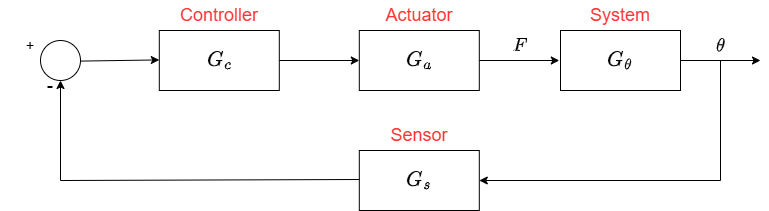
Above: Theta_CL_BlockDiagram.png in ollie3951/ELE2038-Control-Lab (draw.io), before the change. Source tidied: cells renumbered, new cells last; positions are measured from the earlier drawing's top-left corner, leaving out a move shared by most shapes. The source it was exported from:
```xml
<mxGraphModel math="1">
  <root>
    <mxCell id="0" />
    <mxCell id="1" parent="0" />
    <mxCell id="2" style="rounded=0;whiteSpace=wrap;html=1;" parent="1" vertex="1">
      <mxGeometry x="158.8" y="30" width="120" height="60" as="geometry" />
    </mxCell>
    <mxCell id="3" value="$$G_c$$" style="text;html=1;align=center;verticalAlign=middle;whiteSpace=wrap;rounded=0;fontSize=18;" parent="1" vertex="1">
      <mxGeometry x="188.8" y="45" width="60" height="30" as="geometry" />
    </mxCell>
    <mxCell id="4" style="endArrow=classic;html=1;rounded=0;entryX=-0.01;entryY=0.647;entryDx=0;entryDy=0;entryPerimeter=0;" parent="1" edge="1">
      <mxGeometry relative="1" as="geometry">
        <mxPoint x="80" y="60.6" as="sourcePoint" />
        <mxPoint x="158.8" y="59.4" as="targetPoint" />
      </mxGeometry>
    </mxCell>
    <mxCell id="5" style="endArrow=classic;html=1;rounded=0;" parent="1" edge="1">
      <mxGeometry relative="1" as="geometry">
        <mxPoint x="278.8" y="60" as="sourcePoint" />
        <mxPoint x="358.8" y="60" as="targetPoint" />
      </mxGeometry>
    </mxCell>
    <mxCell id="6" value="Controller" style="text;html=1;align=center;verticalAlign=middle;whiteSpace=wrap;rounded=0;fontSize=18;fontColor=#FF3333;" parent="1" vertex="1">
      <mxGeometry x="188.8" width="60" height="30" as="geometry" />
    </mxCell>
    <mxCell id="7" value="$$F$$" style="text;html=1;align=center;verticalAlign=middle;whiteSpace=wrap;rounded=0;fontSize=16;" parent="1" vertex="1">
      <mxGeometry x="490" y="30" width="60" height="30" as="geometry" />
    </mxCell>
    <mxCell id="8" style="rounded=0;whiteSpace=wrap;html=1;" parent="1" vertex="1">
      <mxGeometry x="358.8" y="30" width="120" height="60" as="geometry" />
    </mxCell>
    <mxCell id="9" style="endArrow=classic;html=1;rounded=0;" parent="1" edge="1">
      <mxGeometry relative="1" as="geometry">
        <mxPoint x="478.8" y="60" as="sourcePoint" />
        <mxPoint x="558.8" y="60" as="targetPoint" />
      </mxGeometry>
    </mxCell>
    <mxCell id="10" value="$$G_a$$" style="text;html=1;align=center;verticalAlign=middle;whiteSpace=wrap;rounded=0;fontSize=18;" parent="1" vertex="1">
      <mxGeometry x="388.8" y="45" width="60" height="30" as="geometry" />
    </mxCell>
    <mxCell id="11" value="Actuator" style="text;html=1;align=center;verticalAlign=middle;whiteSpace=wrap;rounded=0;fontSize=18;fontColor=#FF3333;" parent="1" vertex="1">
      <mxGeometry x="388.8" width="60" height="30" as="geometry" />
    </mxCell>
    <mxCell id="12" style="rounded=0;whiteSpace=wrap;html=1;" parent="1" vertex="1">
      <mxGeometry x="560" y="30" width="120" height="60" as="geometry" />
    </mxCell>
    <mxCell id="13" value="$$G_\theta$$" style="text;html=1;align=center;verticalAlign=middle;whiteSpace=wrap;rounded=0;fontSize=18;" parent="1" vertex="1">
      <mxGeometry x="590" y="45" width="60" height="30" as="geometry" />
    </mxCell>
    <mxCell id="14" style="endArrow=classic;html=1;rounded=0;" parent="1" edge="1">
      <mxGeometry relative="1" as="geometry">
        <mxPoint x="680" y="60" as="sourcePoint" />
        <mxPoint x="760" y="60" as="targetPoint" />
      </mxGeometry>
    </mxCell>
    <mxCell id="15" value="$$\theta$$" style="text;html=1;align=center;verticalAlign=middle;whiteSpace=wrap;rounded=0;fontSize=16;" parent="1" vertex="1">
      <mxGeometry x="690" y="30" width="60" height="30" as="geometry" />
    </mxCell>
    <mxCell id="16" value="System" style="text;html=1;align=center;verticalAlign=middle;whiteSpace=wrap;rounded=0;fontSize=18;fontColor=#FF3333;" parent="1" vertex="1">
      <mxGeometry x="590" width="60" height="30" as="geometry" />
    </mxCell>
    <mxCell id="17" style="ellipse;whiteSpace=wrap;html=1;" parent="1" vertex="1">
      <mxGeometry x="40" y="40" width="40" height="40" as="geometry" />
    </mxCell>
    <mxCell id="18" value="+" style="text;html=1;align=center;verticalAlign=middle;whiteSpace=wrap;rounded=0;fontSize=14;" parent="1" vertex="1">
      <mxGeometry y="30" width="60" height="30" as="geometry" />
    </mxCell>
    <mxCell id="19" value="-" style="text;html=1;align=center;verticalAlign=middle;whiteSpace=wrap;rounded=0;fontSize=18;" parent="1" vertex="1">
      <mxGeometry x="20" y="70" width="60" height="30" as="geometry" />
    </mxCell>
    <mxCell id="20" style="rounded=0;whiteSpace=wrap;html=1;" parent="1" vertex="1">
      <mxGeometry x="358.8" y="150" width="120" height="60" as="geometry" />
    </mxCell>
    <mxCell id="21" value="$$G_s$$" style="text;html=1;align=center;verticalAlign=middle;whiteSpace=wrap;rounded=0;fontSize=18;" parent="1" vertex="1">
      <mxGeometry x="388.8" y="165" width="60" height="30" as="geometry" />
    </mxCell>
    <mxCell id="22" value="Sensor" style="text;html=1;align=center;verticalAlign=middle;whiteSpace=wrap;rounded=0;fontSize=18;fontColor=#FF3333;" parent="1" vertex="1">
      <mxGeometry x="388.8" y="120" width="60" height="30" as="geometry" />
    </mxCell>
    <mxCell id="23" style="endArrow=classic;html=1;rounded=0;exitX=0.5;exitY=1;exitDx=0;exitDy=0;entryX=1;entryY=0.5;entryDx=0;entryDy=0;" parent="1" edge="1" source="15" target="20">
      <mxGeometry relative="1" as="geometry">
        <Array as="points">
          <mxPoint x="720" y="180" />
        </Array>
      </mxGeometry>
    </mxCell>
    <mxCell id="24" style="endArrow=classic;html=1;rounded=0;entryX=0.5;entryY=1;entryDx=0;entryDy=0;" parent="1" edge="1" target="17">
      <mxGeometry relative="1" as="geometry">
        <mxPoint x="358.8" y="179" as="sourcePoint" />
        <Array as="points">
          <mxPoint x="60" y="180" />
        </Array>
      </mxGeometry>
    </mxCell>
  </root>
</mxGraphModel>
```
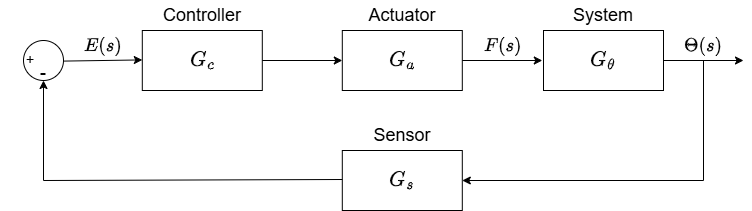
After the commit.

Change to the diagram source:
```diff
@@ -20,10 +20,10 @@
         <mxPoint x="358.8" y="60" as="targetPoint" />
       </mxGeometry>
     </mxCell>
-    <mxCell id="6" value="Controller" style="text;html=1;align=center;verticalAlign=middle;whiteSpace=wrap;rounded=0;fontSize=18;fontColor=#FF3333;" parent="1" vertex="1">
+    <mxCell id="6" value="Controller" style="text;html=1;align=center;verticalAlign=middle;whiteSpace=wrap;rounded=0;fontSize=18;fontColor=#000000;" parent="1" vertex="1">
       <mxGeometry x="188.8" width="60" height="30" as="geometry" />
     </mxCell>
-    <mxCell id="7" value="$$F$$" style="text;html=1;align=center;verticalAlign=middle;whiteSpace=wrap;rounded=0;fontSize=16;" parent="1" vertex="1">
+    <mxCell id="7" value="$$F(s)$$" style="text;html=1;align=center;verticalAlign=middle;whiteSpace=wrap;rounded=0;fontSize=16;" parent="1" vertex="1">
       <mxGeometry x="490" y="30" width="60" height="30" as="geometry" />
     </mxCell>
     <mxCell id="8" style="rounded=0;whiteSpace=wrap;html=1;" parent="1" vertex="1">
@@ -38,7 +38,7 @@
     <mxCell id="10" value="$$G_a$$" style="text;html=1;align=center;verticalAlign=middle;whiteSpace=wrap;rounded=0;fontSize=18;" parent="1" vertex="1">
       <mxGeometry x="388.8" y="45" width="60" height="30" as="geometry" />
     </mxCell>
-    <mxCell id="11" value="Actuator" style="text;html=1;align=center;verticalAlign=middle;whiteSpace=wrap;rounded=0;fontSize=18;fontColor=#FF3333;" parent="1" vertex="1">
+    <mxCell id="11" value="Actuator" style="text;html=1;align=center;verticalAlign=middle;whiteSpace=wrap;rounded=0;fontSize=18;fontColor=#000000;" parent="1" vertex="1">
       <mxGeometry x="388.8" width="60" height="30" as="geometry" />
     </mxCell>
     <mxCell id="12" style="rounded=0;whiteSpace=wrap;html=1;" parent="1" vertex="1">
@@ -53,20 +53,20 @@
         <mxPoint x="760" y="60" as="targetPoint" />
       </mxGeometry>
     </mxCell>
-    <mxCell id="15" value="$$\theta$$" style="text;html=1;align=center;verticalAlign=middle;whiteSpace=wrap;rounded=0;fontSize=16;" parent="1" vertex="1">
+    <mxCell id="15" value="$$\Theta(s)$$" style="text;html=1;align=center;verticalAlign=middle;whiteSpace=wrap;rounded=0;fontSize=16;" parent="1" vertex="1">
       <mxGeometry x="690" y="30" width="60" height="30" as="geometry" />
     </mxCell>
-    <mxCell id="16" value="System" style="text;html=1;align=center;verticalAlign=middle;whiteSpace=wrap;rounded=0;fontSize=18;fontColor=#FF3333;" parent="1" vertex="1">
+    <mxCell id="16" value="System" style="text;html=1;align=center;verticalAlign=middle;whiteSpace=wrap;rounded=0;fontSize=18;fontColor=#000000;" parent="1" vertex="1">
       <mxGeometry x="590" width="60" height="30" as="geometry" />
     </mxCell>
     <mxCell id="17" style="ellipse;whiteSpace=wrap;html=1;" parent="1" vertex="1">
       <mxGeometry x="40" y="40" width="40" height="40" as="geometry" />
     </mxCell>
     <mxCell id="18" value="+" style="text;html=1;align=center;verticalAlign=middle;whiteSpace=wrap;rounded=0;fontSize=14;" parent="1" vertex="1">
-      <mxGeometry y="30" width="60" height="30" as="geometry" />
+      <mxGeometry x="17" y="44" width="60" height="30" as="geometry" />
     </mxCell>
     <mxCell id="19" value="-" style="text;html=1;align=center;verticalAlign=middle;whiteSpace=wrap;rounded=0;fontSize=18;" parent="1" vertex="1">
-      <mxGeometry x="20" y="70" width="60" height="30" as="geometry" />
+      <mxGeometry x="30" y="57" width="60" height="30" as="geometry" />
     </mxCell>
     <mxCell id="20" style="rounded=0;whiteSpace=wrap;html=1;" parent="1" vertex="1">
       <mxGeometry x="358.8" y="150" width="120" height="60" as="geometry" />
@@ -74,7 +74,7 @@
     <mxCell id="21" value="$$G_s$$" style="text;html=1;align=center;verticalAlign=middle;whiteSpace=wrap;rounded=0;fontSize=18;" parent="1" vertex="1">
       <mxGeometry x="388.8" y="165" width="60" height="30" as="geometry" />
     </mxCell>
-    <mxCell id="22" value="Sensor" style="text;html=1;align=center;verticalAlign=middle;whiteSpace=wrap;rounded=0;fontSize=18;fontColor=#FF3333;" parent="1" vertex="1">
+    <mxCell id="22" value="Sensor" style="text;html=1;align=center;verticalAlign=middle;whiteSpace=wrap;rounded=0;fontSize=18;fontColor=#000000;" parent="1" vertex="1">
       <mxGeometry x="388.8" y="120" width="60" height="30" as="geometry" />
     </mxCell>
     <mxCell id="23" style="endArrow=classic;html=1;rounded=0;exitX=0.5;exitY=1;exitDx=0;exitDy=0;entryX=1;entryY=0.5;entryDx=0;entryDy=0;" parent="1" edge="1" source="15" target="20">
@@ -92,5 +92,8 @@
         </Array>
       </mxGeometry>
     </mxCell>
+    <mxCell id="25" value="$$E(s)$$" style="text;html=1;align=center;verticalAlign=middle;whiteSpace=wrap;rounded=0;fontSize=16;" parent="1" vertex="1">
+      <mxGeometry x="90" y="30" width="60" height="30" as="geometry" />
+    </mxCell>
   </root>
 </mxGraphModel>
```
